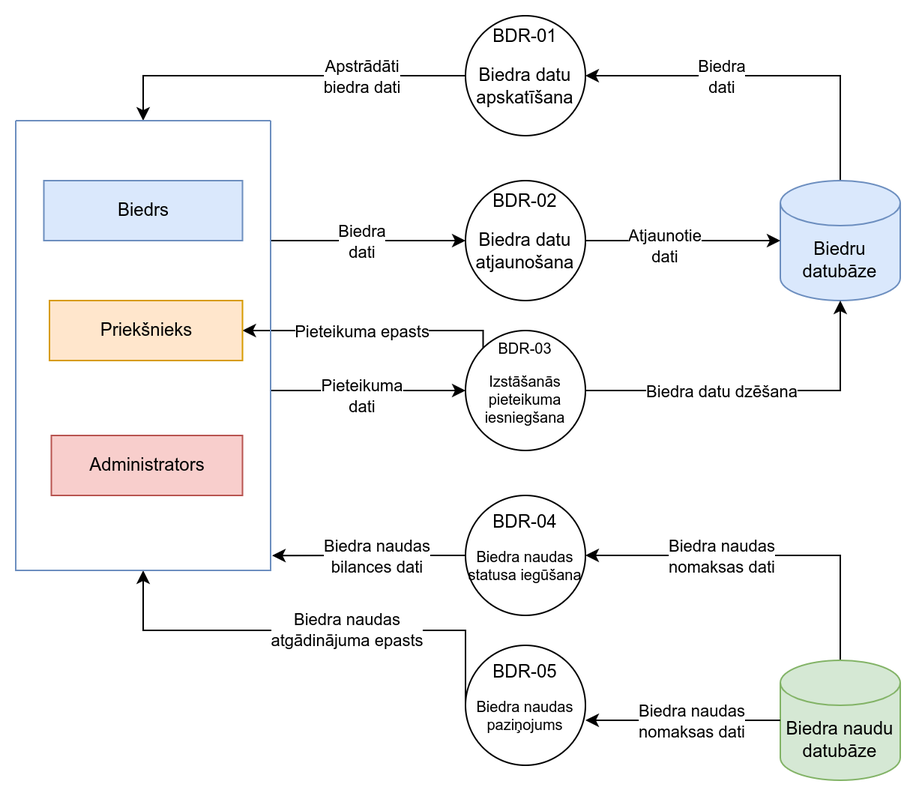
Before: Documentation/2_limena_BDR_DPD.png, a diagram exported from draw.io (JekabsVanags/LSGCO_IS). Source tidied: cells renumbered, new cells last; positions are measured from the earlier drawing's top-left corner, leaving out a move shared by most shapes. Source of this version:
```xml
<mxGraphModel>
  <root>
    <mxCell id="0" />
    <mxCell id="1" parent="0" />
    <mxCell id="2" style="edgeStyle=orthogonalEdgeStyle;rounded=0;jettySize=auto;html=1;exitX=0;exitY=0.5;exitDx=0;exitDy=0;entryX=0.5;entryY=0;entryDx=0;entryDy=0;" parent="1" edge="1" source="4" target="17">
      <mxGeometry relative="1" as="geometry" />
    </mxCell>
    <mxCell id="3" value="Apstrādāti &lt;br&gt;biedra dati" style="edgeLabel;html=1;align=center;verticalAlign=middle;" parent="2" vertex="1">
      <mxGeometry x="0.28" y="-1" relative="1" as="geometry">
        <mxPoint x="87" y="1" as="offset" />
      </mxGeometry>
    </mxCell>
    <mxCell id="4" value="BDR-01&lt;br&gt;&lt;p&gt;Biedra datu apskatīšana&lt;/p&gt;" style="ellipse;whiteSpace=wrap;html=1;" parent="1" vertex="1">
      <mxGeometry x="300" width="80" height="80" as="geometry" />
    </mxCell>
    <mxCell id="5" value="BDR-02&lt;br&gt;&lt;p&gt;Biedra datu atjaunošana&lt;/p&gt;" style="ellipse;whiteSpace=wrap;html=1;" parent="1" vertex="1">
      <mxGeometry x="300" y="110" width="80" height="80" as="geometry" />
    </mxCell>
    <mxCell id="6" style="edgeStyle=orthogonalEdgeStyle;rounded=0;jettySize=auto;html=1;exitX=0;exitY=0;exitDx=0;exitDy=0;" parent="1" edge="1" source="8" target="20">
      <mxGeometry relative="1" as="geometry">
        <Array as="points">
          <mxPoint x="312" y="210" />
        </Array>
      </mxGeometry>
    </mxCell>
    <mxCell id="7" value="Pieteikuma epasts" style="edgeLabel;html=1;align=center;verticalAlign=middle;" parent="6" vertex="1">
      <mxGeometry x="0.34" y="-3" relative="1" as="geometry">
        <mxPoint x="22" y="3" as="offset" />
      </mxGeometry>
    </mxCell>
    <mxCell id="8" value="BDR-03&lt;br style=&quot;font-size: 10px;&quot;&gt;&lt;p style=&quot;font-size: 10px;&quot;&gt;Izstāšanās pieteikuma iesniegšana&lt;/p&gt;" style="ellipse;whiteSpace=wrap;html=1;fontSize=10;" parent="1" vertex="1">
      <mxGeometry x="300" y="210" width="80" height="80" as="geometry" />
    </mxCell>
    <mxCell id="9" value="BDR-04&lt;br&gt;&lt;p style=&quot;font-size: 10px;&quot;&gt;Biedra naudas statusa iegūšana&lt;/p&gt;" style="ellipse;whiteSpace=wrap;html=1;" parent="1" vertex="1">
      <mxGeometry x="300" y="320" width="80" height="80" as="geometry" />
    </mxCell>
    <mxCell id="10" style="edgeStyle=orthogonalEdgeStyle;rounded=0;jettySize=auto;html=1;exitX=0;exitY=0.5;exitDx=0;exitDy=0;entryX=0.5;entryY=1;entryDx=0;entryDy=0;" parent="1" edge="1" source="12" target="17">
      <mxGeometry relative="1" as="geometry">
        <Array as="points">
          <mxPoint x="300" y="410" />
          <mxPoint x="85" y="410" />
        </Array>
      </mxGeometry>
    </mxCell>
    <mxCell id="11" value="Biedra naudas &lt;br&gt;atgādinājuma epasts" style="edgeLabel;html=1;align=center;verticalAlign=middle;" parent="10" vertex="1">
      <mxGeometry x="0.15" y="-1" relative="1" as="geometry">
        <mxPoint x="45" as="offset" />
      </mxGeometry>
    </mxCell>
    <mxCell id="12" value="BDR-05&lt;br&gt;&lt;p style=&quot;font-size: 10px;&quot;&gt;Biedra naudas paziņojums&lt;/p&gt;" style="ellipse;whiteSpace=wrap;html=1;" parent="1" vertex="1">
      <mxGeometry x="300" y="420" width="80" height="80" as="geometry" />
    </mxCell>
    <mxCell id="13" style="edgeStyle=orthogonalEdgeStyle;rounded=0;jettySize=auto;html=1;exitX=1;exitY=0.25;exitDx=0;exitDy=0;entryX=0;entryY=0.5;entryDx=0;entryDy=0;" parent="1" edge="1" source="17" target="5">
      <mxGeometry relative="1" as="geometry">
        <Array as="points">
          <mxPoint x="170" y="150" />
        </Array>
      </mxGeometry>
    </mxCell>
    <mxCell id="14" value="Biedra&lt;br&gt;dati" style="edgeLabel;html=1;align=center;verticalAlign=middle;" parent="13" vertex="1">
      <mxGeometry x="-0.26" y="1" relative="1" as="geometry">
        <mxPoint x="15" y="1" as="offset" />
      </mxGeometry>
    </mxCell>
    <mxCell id="15" style="edgeStyle=orthogonalEdgeStyle;rounded=0;jettySize=auto;html=1;exitX=1;exitY=0.5;exitDx=0;exitDy=0;entryX=0;entryY=0.5;entryDx=0;entryDy=0;" parent="1" edge="1" source="17" target="8">
      <mxGeometry relative="1" as="geometry">
        <Array as="points">
          <mxPoint x="170" y="250" />
        </Array>
      </mxGeometry>
    </mxCell>
    <mxCell id="16" value="Pieteikuma&lt;br&gt;dati" style="edgeLabel;html=1;align=center;verticalAlign=middle;" parent="15" vertex="1">
      <mxGeometry x="0.05" y="-3" relative="1" as="geometry">
        <mxPoint x="6" as="offset" />
      </mxGeometry>
    </mxCell>
    <mxCell id="17" style="swimlane;startSize=0;fillColor=#dae8fc;strokeColor=#6c8ebf;" parent="1" vertex="1">
      <mxGeometry y="70" width="170" height="300" as="geometry" />
    </mxCell>
    <mxCell id="18" value="Biedrs" style="rounded=0;whiteSpace=wrap;html=1;fillColor=#dae8fc;strokeColor=#6c8ebf;" parent="17" vertex="1">
      <mxGeometry x="18.8" y="40" width="132.5" height="40" as="geometry" />
    </mxCell>
    <mxCell id="19" value="Administrators" style="rounded=0;whiteSpace=wrap;html=1;fillColor=#f8cecc;strokeColor=#b85450;" parent="17" vertex="1">
      <mxGeometry x="23.8" y="210" width="127.5" height="40" as="geometry" />
    </mxCell>
    <mxCell id="20" value="Priekšnieks" style="rounded=0;whiteSpace=wrap;html=1;fillColor=#ffe6cc;strokeColor=#d79b00;" parent="17" vertex="1">
      <mxGeometry x="22.5" y="120" width="128.8" height="40" as="geometry" />
    </mxCell>
    <mxCell id="21" style="edgeStyle=orthogonalEdgeStyle;rounded=0;jettySize=auto;html=1;exitX=0.5;exitY=0;exitDx=0;exitDy=0;exitPerimeter=0;entryX=1;entryY=0.5;entryDx=0;entryDy=0;" parent="1" edge="1" source="23" target="4">
      <mxGeometry relative="1" as="geometry" />
    </mxCell>
    <mxCell id="22" value="Biedra &lt;br&gt;dati" style="edgeLabel;html=1;align=center;verticalAlign=middle;" parent="21" vertex="1">
      <mxGeometry x="0.16" y="5" relative="1" as="geometry">
        <mxPoint x="-11" y="-5" as="offset" />
      </mxGeometry>
    </mxCell>
    <mxCell id="23" value="Biedru datubāze" style="shape=cylinder3;whiteSpace=wrap;html=1;boundedLbl=1;backgroundOutline=1;size=15;fillColor=#dae8fc;strokeColor=#6c8ebf;" parent="1" vertex="1">
      <mxGeometry x="510" y="110" width="80" height="80" as="geometry" />
    </mxCell>
    <mxCell id="24" style="edgeStyle=orthogonalEdgeStyle;rounded=0;jettySize=auto;html=1;exitX=0.5;exitY=0;exitDx=0;exitDy=0;exitPerimeter=0;entryX=1;entryY=0.5;entryDx=0;entryDy=0;" parent="1" edge="1" source="26" target="9">
      <mxGeometry relative="1" as="geometry" />
    </mxCell>
    <mxCell id="25" value="Biedra naudas &lt;br&gt;nomaksas dati" style="edgeLabel;html=1;align=center;verticalAlign=middle;" parent="24" vertex="1">
      <mxGeometry x="0.47" y="-1" relative="1" as="geometry">
        <mxPoint x="27" y="1" as="offset" />
      </mxGeometry>
    </mxCell>
    <mxCell id="26" value="Biedra naudu datubāze" style="shape=cylinder3;whiteSpace=wrap;html=1;boundedLbl=1;backgroundOutline=1;size=15;fillColor=#d5e8d4;strokeColor=#82b366;" parent="1" vertex="1">
      <mxGeometry x="510" y="430" width="80" height="80" as="geometry" />
    </mxCell>
    <mxCell id="27" style="edgeStyle=orthogonalEdgeStyle;rounded=0;jettySize=auto;html=1;exitX=1;exitY=0.5;exitDx=0;exitDy=0;entryX=0;entryY=0.5;entryDx=0;entryDy=0;entryPerimeter=0;" parent="1" edge="1" source="5" target="23">
      <mxGeometry relative="1" as="geometry" />
    </mxCell>
    <mxCell id="28" value="Atjaunotie&lt;br&gt;dati" style="edgeLabel;html=1;align=center;verticalAlign=middle;" parent="27" vertex="1">
      <mxGeometry x="-0.2" y="-3" relative="1" as="geometry" />
    </mxCell>
    <mxCell id="29" style="edgeStyle=orthogonalEdgeStyle;rounded=0;jettySize=auto;html=1;exitX=1;exitY=0.5;exitDx=0;exitDy=0;entryX=0.5;entryY=1;entryDx=0;entryDy=0;entryPerimeter=0;" parent="1" edge="1" source="8" target="23">
      <mxGeometry relative="1" as="geometry" />
    </mxCell>
    <mxCell id="30" value="Biedra datu dzēšana" style="edgeLabel;html=1;align=center;verticalAlign=middle;" parent="29" vertex="1">
      <mxGeometry x="-0.47" y="-1" relative="1" as="geometry">
        <mxPoint x="29" y="-1" as="offset" />
      </mxGeometry>
    </mxCell>
    <mxCell id="31" style="edgeStyle=orthogonalEdgeStyle;rounded=0;jettySize=auto;html=1;exitX=0;exitY=0.5;exitDx=0;exitDy=0;entryX=1.006;entryY=0.967;entryDx=0;entryDy=0;entryPerimeter=0;" parent="1" edge="1" source="9" target="17">
      <mxGeometry relative="1" as="geometry" />
    </mxCell>
    <mxCell id="32" value="Biedra naudas&lt;br&gt;bilances dati" style="edgeLabel;html=1;align=center;verticalAlign=middle;" parent="31" vertex="1">
      <mxGeometry x="0.25" y="2" relative="1" as="geometry">
        <mxPoint x="21" y="-2" as="offset" />
      </mxGeometry>
    </mxCell>
    <mxCell id="33" style="edgeStyle=orthogonalEdgeStyle;rounded=0;jettySize=auto;html=1;exitX=0;exitY=0.5;exitDx=0;exitDy=0;exitPerimeter=0;entryX=1;entryY=0.625;entryDx=0;entryDy=0;entryPerimeter=0;" parent="1" edge="1" source="26" target="12">
      <mxGeometry relative="1" as="geometry" />
    </mxCell>
    <mxCell id="34" value="Biedra naudas&lt;br&gt;nomaksas dati" style="edgeLabel;html=1;align=center;verticalAlign=middle;" parent="33" vertex="1">
      <mxGeometry x="0.02" y="-1" relative="1" as="geometry">
        <mxPoint x="6" y="1" as="offset" />
      </mxGeometry>
    </mxCell>
  </root>
</mxGraphModel>
```
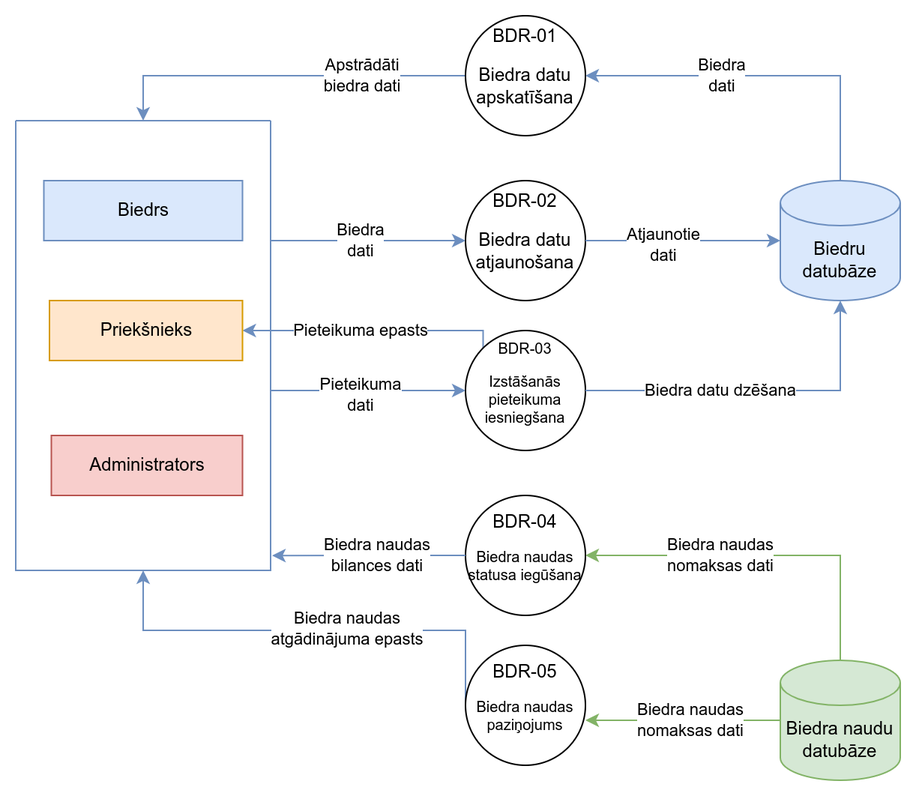
The same file after the commit.

The edit, as a diff of the source:
```diff
@@ -2,7 +2,7 @@
   <root>
     <mxCell id="0" />
     <mxCell id="1" parent="0" />
-    <mxCell id="2" style="edgeStyle=orthogonalEdgeStyle;rounded=0;jettySize=auto;html=1;exitX=0;exitY=0.5;exitDx=0;exitDy=0;entryX=0.5;entryY=0;entryDx=0;entryDy=0;" parent="1" edge="1" source="4" target="17">
+    <mxCell id="2" style="edgeStyle=orthogonalEdgeStyle;rounded=0;jettySize=auto;html=1;exitX=0;exitY=0.5;exitDx=0;exitDy=0;entryX=0.5;entryY=0;entryDx=0;entryDy=0;fillColor=#dae8fc;strokeColor=#6c8ebf;" parent="1" edge="1" source="4" target="17">
       <mxGeometry relative="1" as="geometry" />
     </mxCell>
     <mxCell id="3" value="Apstrādāti &lt;br&gt;biedra dati" style="edgeLabel;html=1;align=center;verticalAlign=middle;" parent="2" vertex="1">
@@ -16,7 +16,7 @@
     <mxCell id="5" value="BDR-02&lt;br&gt;&lt;p&gt;Biedra datu atjaunošana&lt;/p&gt;" style="ellipse;whiteSpace=wrap;html=1;" parent="1" vertex="1">
       <mxGeometry x="300" y="110" width="80" height="80" as="geometry" />
     </mxCell>
-    <mxCell id="6" style="edgeStyle=orthogonalEdgeStyle;rounded=0;jettySize=auto;html=1;exitX=0;exitY=0;exitDx=0;exitDy=0;" parent="1" edge="1" source="8" target="20">
+    <mxCell id="6" style="edgeStyle=orthogonalEdgeStyle;rounded=0;jettySize=auto;html=1;exitX=0;exitY=0;exitDx=0;exitDy=0;fillColor=#dae8fc;strokeColor=#6c8ebf;" parent="1" edge="1" source="8" target="20">
       <mxGeometry relative="1" as="geometry">
         <Array as="points">
           <mxPoint x="312" y="210" />
@@ -34,7 +34,7 @@
     <mxCell id="9" value="BDR-04&lt;br&gt;&lt;p style=&quot;font-size: 10px;&quot;&gt;Biedra naudas statusa iegūšana&lt;/p&gt;" style="ellipse;whiteSpace=wrap;html=1;" parent="1" vertex="1">
       <mxGeometry x="300" y="320" width="80" height="80" as="geometry" />
     </mxCell>
-    <mxCell id="10" style="edgeStyle=orthogonalEdgeStyle;rounded=0;jettySize=auto;html=1;exitX=0;exitY=0.5;exitDx=0;exitDy=0;entryX=0.5;entryY=1;entryDx=0;entryDy=0;" parent="1" edge="1" source="12" target="17">
+    <mxCell id="10" style="edgeStyle=orthogonalEdgeStyle;rounded=0;jettySize=auto;html=1;exitX=0;exitY=0.5;exitDx=0;exitDy=0;entryX=0.5;entryY=1;entryDx=0;entryDy=0;fillColor=#dae8fc;strokeColor=#6c8ebf;" parent="1" edge="1" source="12" target="17">
       <mxGeometry relative="1" as="geometry">
         <Array as="points">
           <mxPoint x="300" y="410" />
@@ -50,7 +50,7 @@
     <mxCell id="12" value="BDR-05&lt;br&gt;&lt;p style=&quot;font-size: 10px;&quot;&gt;Biedra naudas paziņojums&lt;/p&gt;" style="ellipse;whiteSpace=wrap;html=1;" parent="1" vertex="1">
       <mxGeometry x="300" y="420" width="80" height="80" as="geometry" />
     </mxCell>
-    <mxCell id="13" style="edgeStyle=orthogonalEdgeStyle;rounded=0;jettySize=auto;html=1;exitX=1;exitY=0.25;exitDx=0;exitDy=0;entryX=0;entryY=0.5;entryDx=0;entryDy=0;" parent="1" edge="1" source="17" target="5">
+    <mxCell id="13" style="edgeStyle=orthogonalEdgeStyle;rounded=0;jettySize=auto;html=1;exitX=1;exitY=0.25;exitDx=0;exitDy=0;entryX=0;entryY=0.5;entryDx=0;entryDy=0;fillColor=#dae8fc;strokeColor=#6c8ebf;" parent="1" edge="1" source="17" target="5">
       <mxGeometry relative="1" as="geometry">
         <Array as="points">
           <mxPoint x="170" y="150" />
@@ -62,7 +62,7 @@
         <mxPoint x="15" y="1" as="offset" />
       </mxGeometry>
     </mxCell>
-    <mxCell id="15" style="edgeStyle=orthogonalEdgeStyle;rounded=0;jettySize=auto;html=1;exitX=1;exitY=0.5;exitDx=0;exitDy=0;entryX=0;entryY=0.5;entryDx=0;entryDy=0;" parent="1" edge="1" source="17" target="8">
+    <mxCell id="15" style="edgeStyle=orthogonalEdgeStyle;rounded=0;jettySize=auto;html=1;exitX=1;exitY=0.5;exitDx=0;exitDy=0;entryX=0;entryY=0.5;entryDx=0;entryDy=0;fillColor=#dae8fc;strokeColor=#6c8ebf;" parent="1" edge="1" source="17" target="8">
       <mxGeometry relative="1" as="geometry">
         <Array as="points">
           <mxPoint x="170" y="250" />
@@ -86,7 +86,7 @@
     <mxCell id="20" value="Priekšnieks" style="rounded=0;whiteSpace=wrap;html=1;fillColor=#ffe6cc;strokeColor=#d79b00;" parent="17" vertex="1">
       <mxGeometry x="22.5" y="120" width="128.8" height="40" as="geometry" />
     </mxCell>
-    <mxCell id="21" style="edgeStyle=orthogonalEdgeStyle;rounded=0;jettySize=auto;html=1;exitX=0.5;exitY=0;exitDx=0;exitDy=0;exitPerimeter=0;entryX=1;entryY=0.5;entryDx=0;entryDy=0;" parent="1" edge="1" source="23" target="4">
+    <mxCell id="21" style="edgeStyle=orthogonalEdgeStyle;rounded=0;jettySize=auto;html=1;exitX=0.5;exitY=0;exitDx=0;exitDy=0;exitPerimeter=0;entryX=1;entryY=0.5;entryDx=0;entryDy=0;fillColor=#dae8fc;strokeColor=#6c8ebf;" parent="1" edge="1" source="23" target="4">
       <mxGeometry relative="1" as="geometry" />
     </mxCell>
     <mxCell id="22" value="Biedra &lt;br&gt;dati" style="edgeLabel;html=1;align=center;verticalAlign=middle;" parent="21" vertex="1">
@@ -97,7 +97,7 @@
     <mxCell id="23" value="Biedru datubāze" style="shape=cylinder3;whiteSpace=wrap;html=1;boundedLbl=1;backgroundOutline=1;size=15;fillColor=#dae8fc;strokeColor=#6c8ebf;" parent="1" vertex="1">
       <mxGeometry x="510" y="110" width="80" height="80" as="geometry" />
     </mxCell>
-    <mxCell id="24" style="edgeStyle=orthogonalEdgeStyle;rounded=0;jettySize=auto;html=1;exitX=0.5;exitY=0;exitDx=0;exitDy=0;exitPerimeter=0;entryX=1;entryY=0.5;entryDx=0;entryDy=0;" parent="1" edge="1" source="26" target="9">
+    <mxCell id="24" style="edgeStyle=orthogonalEdgeStyle;rounded=0;jettySize=auto;html=1;exitX=0.5;exitY=0;exitDx=0;exitDy=0;exitPerimeter=0;entryX=1;entryY=0.5;entryDx=0;entryDy=0;fillColor=#d5e8d4;strokeColor=#82b366;" parent="1" edge="1" source="26" target="9">
       <mxGeometry relative="1" as="geometry" />
     </mxCell>
     <mxCell id="25" value="Biedra naudas &lt;br&gt;nomaksas dati" style="edgeLabel;html=1;align=center;verticalAlign=middle;" parent="24" vertex="1">
@@ -108,13 +108,13 @@
     <mxCell id="26" value="Biedra naudu datubāze" style="shape=cylinder3;whiteSpace=wrap;html=1;boundedLbl=1;backgroundOutline=1;size=15;fillColor=#d5e8d4;strokeColor=#82b366;" parent="1" vertex="1">
       <mxGeometry x="510" y="430" width="80" height="80" as="geometry" />
     </mxCell>
-    <mxCell id="27" style="edgeStyle=orthogonalEdgeStyle;rounded=0;jettySize=auto;html=1;exitX=1;exitY=0.5;exitDx=0;exitDy=0;entryX=0;entryY=0.5;entryDx=0;entryDy=0;entryPerimeter=0;" parent="1" edge="1" source="5" target="23">
+    <mxCell id="27" style="edgeStyle=orthogonalEdgeStyle;rounded=0;jettySize=auto;html=1;exitX=1;exitY=0.5;exitDx=0;exitDy=0;entryX=0;entryY=0.5;entryDx=0;entryDy=0;entryPerimeter=0;fillColor=#dae8fc;strokeColor=#6c8ebf;" parent="1" edge="1" source="5" target="23">
       <mxGeometry relative="1" as="geometry" />
     </mxCell>
     <mxCell id="28" value="Atjaunotie&lt;br&gt;dati" style="edgeLabel;html=1;align=center;verticalAlign=middle;" parent="27" vertex="1">
       <mxGeometry x="-0.2" y="-3" relative="1" as="geometry" />
     </mxCell>
-    <mxCell id="29" style="edgeStyle=orthogonalEdgeStyle;rounded=0;jettySize=auto;html=1;exitX=1;exitY=0.5;exitDx=0;exitDy=0;entryX=0.5;entryY=1;entryDx=0;entryDy=0;entryPerimeter=0;" parent="1" edge="1" source="8" target="23">
+    <mxCell id="29" style="edgeStyle=orthogonalEdgeStyle;rounded=0;jettySize=auto;html=1;exitX=1;exitY=0.5;exitDx=0;exitDy=0;entryX=0.5;entryY=1;entryDx=0;entryDy=0;entryPerimeter=0;fillColor=#dae8fc;strokeColor=#6c8ebf;" parent="1" edge="1" source="8" target="23">
       <mxGeometry relative="1" as="geometry" />
     </mxCell>
     <mxCell id="30" value="Biedra datu dzēšana" style="edgeLabel;html=1;align=center;verticalAlign=middle;" parent="29" vertex="1">
@@ -122,7 +122,7 @@
         <mxPoint x="29" y="-1" as="offset" />
       </mxGeometry>
     </mxCell>
-    <mxCell id="31" style="edgeStyle=orthogonalEdgeStyle;rounded=0;jettySize=auto;html=1;exitX=0;exitY=0.5;exitDx=0;exitDy=0;entryX=1.006;entryY=0.967;entryDx=0;entryDy=0;entryPerimeter=0;" parent="1" edge="1" source="9" target="17">
+    <mxCell id="31" style="edgeStyle=orthogonalEdgeStyle;rounded=0;jettySize=auto;html=1;exitX=0;exitY=0.5;exitDx=0;exitDy=0;entryX=1.006;entryY=0.967;entryDx=0;entryDy=0;entryPerimeter=0;fillColor=#dae8fc;strokeColor=#6c8ebf;" parent="1" edge="1" source="9" target="17">
       <mxGeometry relative="1" as="geometry" />
     </mxCell>
     <mxCell id="32" value="Biedra naudas&lt;br&gt;bilances dati" style="edgeLabel;html=1;align=center;verticalAlign=middle;" parent="31" vertex="1">
@@ -130,7 +130,7 @@
         <mxPoint x="21" y="-2" as="offset" />
       </mxGeometry>
     </mxCell>
-    <mxCell id="33" style="edgeStyle=orthogonalEdgeStyle;rounded=0;jettySize=auto;html=1;exitX=0;exitY=0.5;exitDx=0;exitDy=0;exitPerimeter=0;entryX=1;entryY=0.625;entryDx=0;entryDy=0;entryPerimeter=0;" parent="1" edge="1" source="26" target="12">
+    <mxCell id="33" style="edgeStyle=orthogonalEdgeStyle;rounded=0;jettySize=auto;html=1;exitX=0;exitY=0.5;exitDx=0;exitDy=0;exitPerimeter=0;entryX=1;entryY=0.625;entryDx=0;entryDy=0;entryPerimeter=0;fillColor=#d5e8d4;strokeColor=#82b366;" parent="1" edge="1" source="26" target="12">
       <mxGeometry relative="1" as="geometry" />
     </mxCell>
     <mxCell id="34" value="Biedra naudas&lt;br&gt;nomaksas dati" style="edgeLabel;html=1;align=center;verticalAlign=middle;" parent="33" vertex="1">
```
